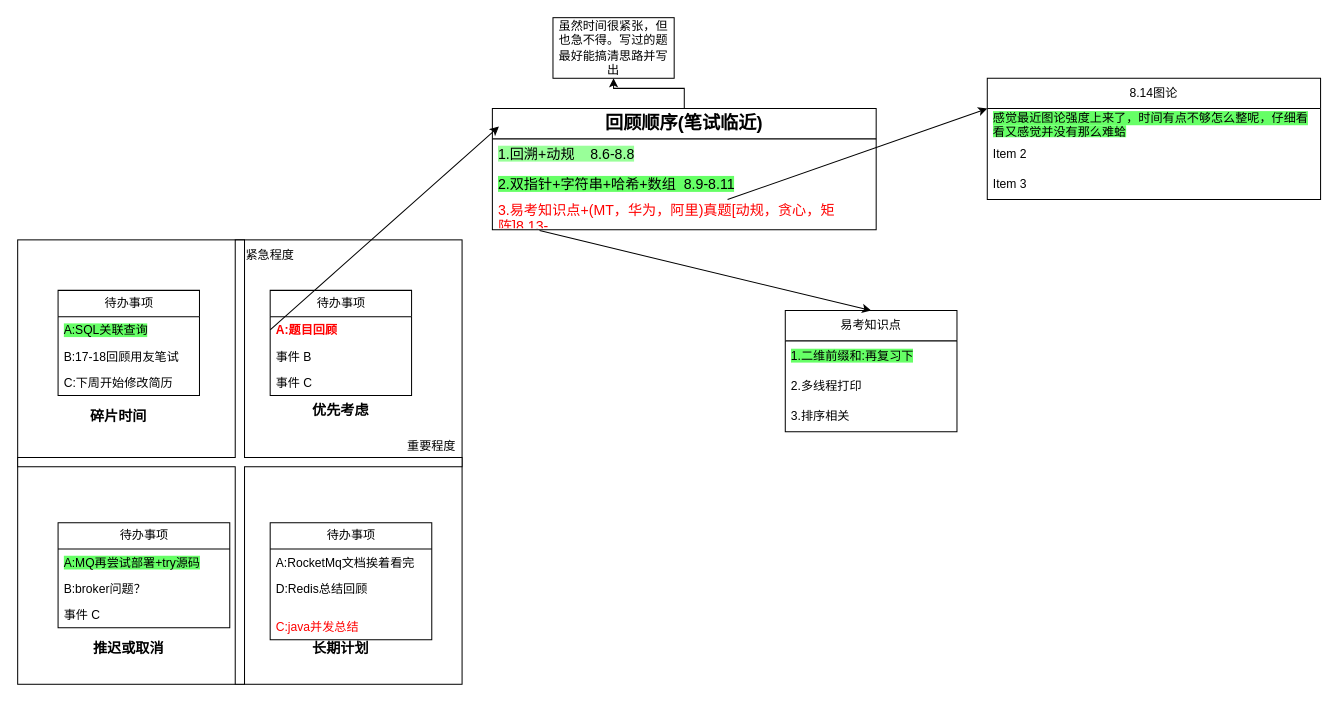
The draw.io diagram 优先级象限.drawio in beyondgogogo/Graph, before the edit. Source tidied: cells renumbered, new cells numbered last; positions are measured from the earlier drawing's top-left corner, leaving out a move shared by most shapes. Both pictures are drawn from the tidied source at 101%, with x=0, y=0 at pixel (17, 17).
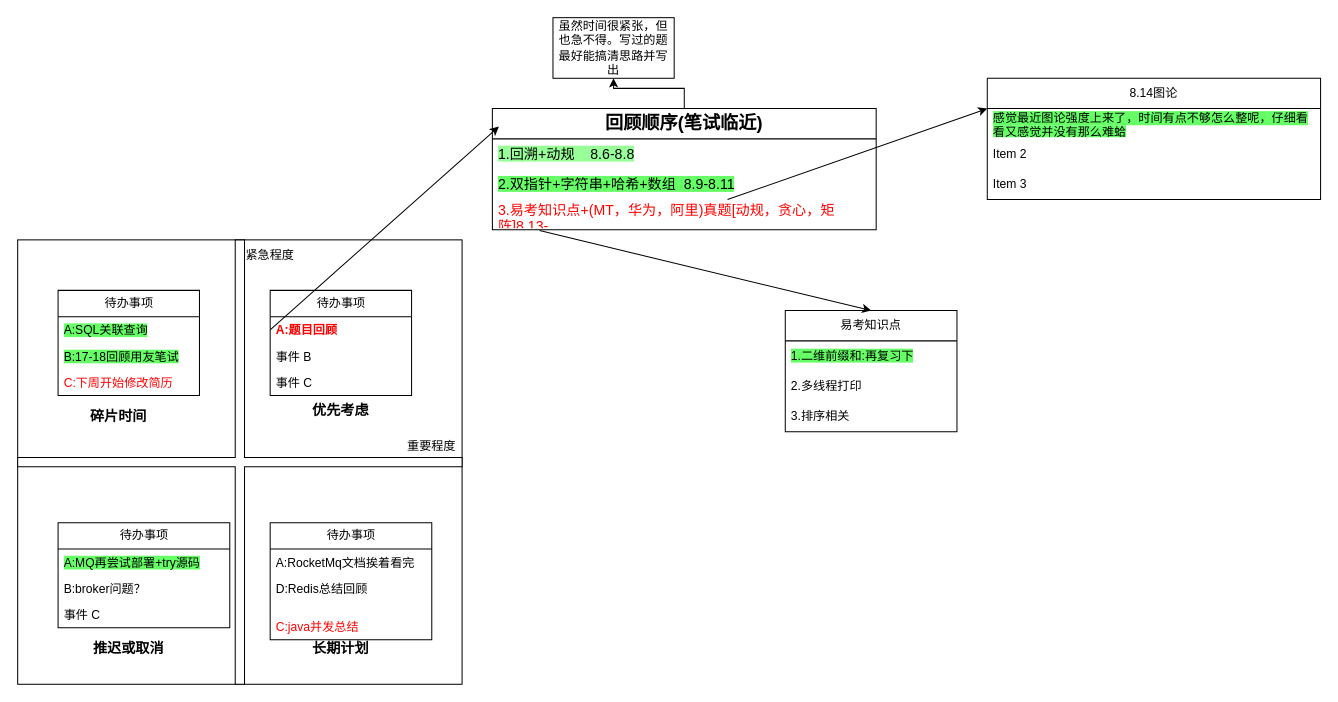
After the change.

Commit message:
更新优先级象限.drawio

The change refers to these unchanged cells:
```xml
<mxCell id="10" value="待办事项" style="swimlane;fontStyle=0;horizontal=1;startSize=26;fillColor=none;html=1;" parent="1" vertex="1">
  <mxGeometry x="40" y="270" width="140" height="104" as="geometry" />
</mxCell>
```

The edit, as a diff of the source:
```diff
@@
-    <mxCell id="12" value="B:17-18回顾用友笔试" style="text;strokeColor=none;fillColor=none;align=left;verticalAlign=top;spacingLeft=4;spacingRight=4;overflow=hidden;whiteSpace=wrap;html=1;" parent="10" vertex="1">
+    <mxCell id="12" value="&lt;span style=&quot;background-color: rgb(102, 255, 102);&quot;&gt;B:17-18回顾用友笔试&lt;/span&gt;" style="text;strokeColor=none;fillColor=none;align=left;verticalAlign=top;spacingLeft=4;spacingRight=4;overflow=hidden;whiteSpace=wrap;html=1;" parent="10" vertex="1">
       <mxGeometry y="52" width="140" height="26" as="geometry" />
     </mxCell>
-    <mxCell id="13" value="C:下周开始修改简历" style="text;strokeColor=none;fillColor=none;align=left;verticalAlign=top;spacingLeft=4;spacingRight=4;overflow=hidden;whiteSpace=wrap;html=1;" parent="10" vertex="1">
+    <mxCell id="13" value="&lt;font color=&quot;#ff0000&quot;&gt;C:下周开始修改简历&lt;/font&gt;" style="text;strokeColor=none;fillColor=none;align=left;verticalAlign=top;spacingLeft=4;spacingRight=4;overflow=hidden;whiteSpace=wrap;html=1;" parent="10" vertex="1">
       <mxGeometry y="78" width="140" height="26" as="geometry" />
     </mxCell>
```
